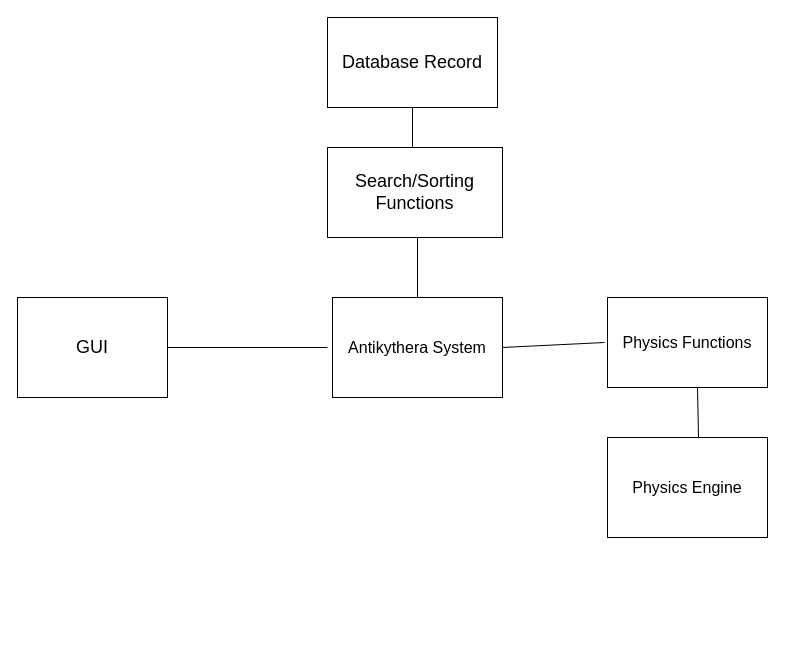
Earlier version of the draw.io diagram Project Process Models/Context Model.drawio (semmanuel/Antikythera). Source tidied: cells renumbered, new cells numbered last; positions are measured from the earlier drawing's top-left corner, leaving out a move shared by most shapes. Both pictures are drawn from the tidied source at 100%, with x=0, y=0 at pixel (17, 17).
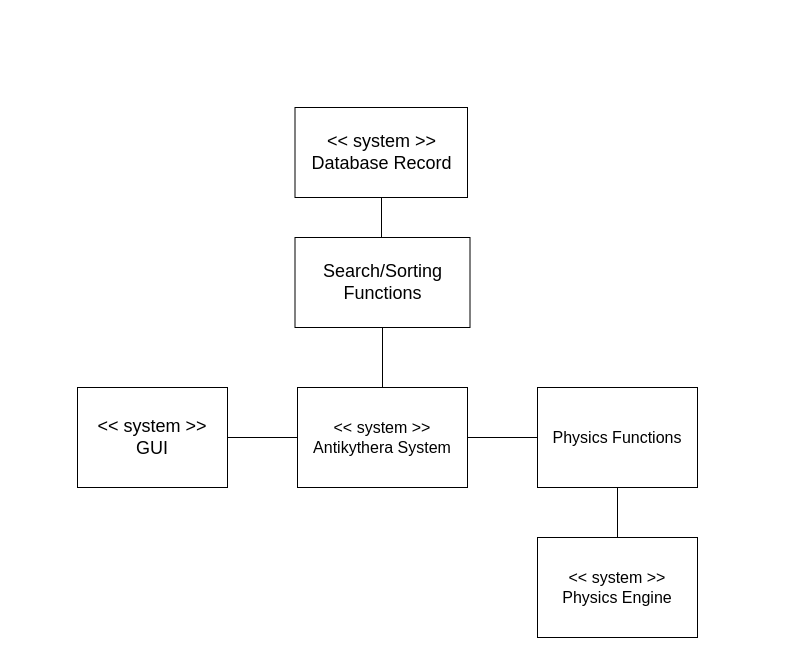
The same diagram, later.

The edit, as a diff of the source:
```diff
@@
 <mxGraphModel>
   <root>
     <mxCell id="0" />
     <mxCell id="1" parent="0" />
-    <mxCell id="2" value="&lt;font style=&quot;font-size: 18px&quot;&gt;Database Record&lt;/font&gt;" style="rounded=0;whiteSpace=wrap;html=1;" parent="1" vertex="1">
-      <mxGeometry x="310" width="170" height="90" as="geometry" />
+    <mxCell id="2" value="&lt;font style=&quot;font-size: 18px&quot;&gt;&amp;lt;&amp;lt; system &amp;gt;&amp;gt;&lt;br&gt;Database Record&lt;/font&gt;" style="rounded=0;whiteSpace=wrap;html=1;" parent="1" vertex="1">
+      <mxGeometry x="277.5" y="90" width="172.5" height="90" as="geometry" />
     </mxCell>
-    <mxCell id="3" value="&lt;font style=&quot;font-size: 18px&quot;&gt;GUI&lt;/font&gt;" style="rounded=0;whiteSpace=wrap;html=1;" parent="1" vertex="1">
-      <mxGeometry y="280" width="150" height="100" as="geometry" />
+    <mxCell id="3" value="&lt;font style=&quot;font-size: 18px&quot;&gt;&amp;lt;&amp;lt; system &amp;gt;&amp;gt;&lt;br&gt;GUI&lt;/font&gt;" style="rounded=0;whiteSpace=wrap;html=1;" parent="1" vertex="1">
+      <mxGeometry x="60" y="370" width="150" height="100" as="geometry" />
     </mxCell>
     <mxCell id="4" value="&lt;font style=&quot;font-size: 18px&quot;&gt;Search/Sorting Functions&lt;/font&gt;" style="rounded=0;whiteSpace=wrap;html=1;" parent="1" vertex="1">
-      <mxGeometry x="310" y="130" width="175" height="90" as="geometry" />
+      <mxGeometry x="277.5" y="220" width="175" height="90" as="geometry" />
     </mxCell>
-    <mxCell id="5" style="endArrow=none;html=1;" parent="1" edge="1" source="6">
-      <mxGeometry relative="1" as="geometry">
-        <mxPoint x="420" y="350" as="targetPoint" />
-      </mxGeometry>
-    </mxCell>
-    <mxCell id="6" value="&lt;font size=&quot;3&quot;&gt;Antikythera System&lt;/font&gt;" style="rounded=0;whiteSpace=wrap;html=1;" parent="1" vertex="1">
-      <mxGeometry x="315" y="280" width="170" height="100" as="geometry" />
+    <mxCell id="6" value="&lt;font size=&quot;3&quot;&gt;&amp;lt;&amp;lt; system &amp;gt;&amp;gt;&lt;br&gt;Antikythera System&lt;/font&gt;" style="rounded=0;whiteSpace=wrap;html=1;" parent="1" vertex="1">
+      <mxGeometry x="280" y="370" width="170" height="100" as="geometry" />
     </mxCell>
-    <mxCell id="7" style="endArrow=none;html=1;entryX=0.5;entryY=1;entryDx=0;entryDy=0;" parent="1" edge="1" target="2">
+    <mxCell id="7" style="endArrow=none;html=1;" parent="1" edge="1">
       <mxGeometry relative="1" as="geometry">
-        <mxPoint x="395" y="130" as="sourcePoint" />
+        <mxPoint x="364" y="220" as="sourcePoint" />
+        <mxPoint x="364" y="180" as="targetPoint" />
       </mxGeometry>
     </mxCell>
-    <mxCell id="8" style="endArrow=none;html=1;exitX=0.5;exitY=0;exitDx=0;exitDy=0;" parent="1" edge="1" source="6">
-      <mxGeometry relative="1" as="geometry">
-        <mxPoint x="400" y="220" as="targetPoint" />
-      </mxGeometry>
+    <mxCell id="8" style="endArrow=none;html=1;exitX=0.5;exitY=0;exitDx=0;exitDy=0;entryX=0.5;entryY=1;entryDx=0;entryDy=0;" parent="1" edge="1" source="6" target="4">
+      <mxGeometry relative="1" as="geometry" />
     </mxCell>
     <mxCell id="9" style="endArrow=none;html=1;exitX=1;exitY=0.5;exitDx=0;exitDy=0;" parent="1" edge="1" source="3">
       <mxGeometry relative="1" as="geometry">
-        <mxPoint x="310" y="330" as="targetPoint" />
+        <mxPoint x="280" y="420" as="targetPoint" />
       </mxGeometry>
     </mxCell>
-    <mxCell id="10" value="&lt;font size=&quot;3&quot;&gt;Physics Engine&lt;/font&gt;" style="rounded=0;whiteSpace=wrap;html=1;" parent="1" vertex="1">
-      <mxGeometry x="590" y="420" width="160" height="100" as="geometry" />
+    <mxCell id="10" value="&lt;font size=&quot;3&quot;&gt;&amp;lt;&amp;lt; system &amp;gt;&amp;gt;&lt;br&gt;Physics Engine&lt;/font&gt;" style="rounded=0;whiteSpace=wrap;html=1;" parent="1" vertex="1">
+      <mxGeometry x="520" y="520" width="160" height="100" as="geometry" />
     </mxCell>
     <mxCell id="11" value="&lt;font size=&quot;3&quot;&gt;Physics Functions&lt;/font&gt;" style="rounded=0;whiteSpace=wrap;html=1;" parent="1" vertex="1">
-      <mxGeometry x="590" y="280" width="160" height="90" as="geometry" />
+      <mxGeometry x="520" y="370" width="160" height="100" as="geometry" />
     </mxCell>
     <mxCell id="12" style="endArrow=none;html=1;" parent="1" edge="1">
       <mxGeometry relative="1" as="geometry">
-        <mxPoint x="485" y="330" as="sourcePoint" />
-        <mxPoint x="587" y="325" as="targetPoint" />
+        <mxPoint x="450" y="420" as="sourcePoint" />
+        <mxPoint x="520" y="420" as="targetPoint" />
       </mxGeometry>
     </mxCell>
-    <mxCell id="13" style="endArrow=none;html=1;exitX=0.569;exitY=0.01;exitDx=0;exitDy=0;exitPerimeter=0;" parent="1" edge="1" source="10">
-      <mxGeometry relative="1" as="geometry">
-        <mxPoint x="680" y="370" as="targetPoint" />
-      </mxGeometry>
+    <mxCell id="13" style="endArrow=none;html=1;exitX=0.5;exitY=0;exitDx=0;exitDy=0;entryX=0.5;entryY=1;entryDx=0;entryDy=0;" parent="1" edge="1" source="10" target="11">
+      <mxGeometry relative="1" as="geometry" />
     </mxCell>
   </root>
 </mxGraphModel>
```
